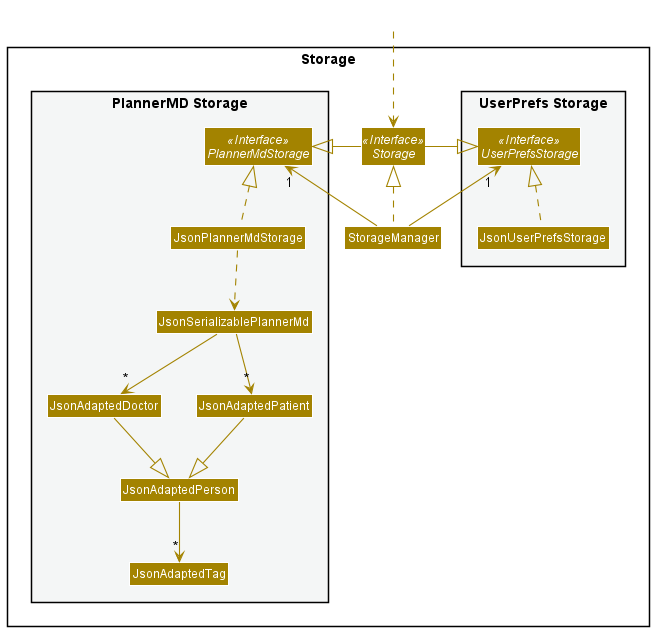
Above: docs/images/StorageClassDiagram.png in nus-cs2103-AY2122S1/tp (PlantUML), before the change. Its source is kept beside it as docs/diagrams/StorageClassDiagram.puml.
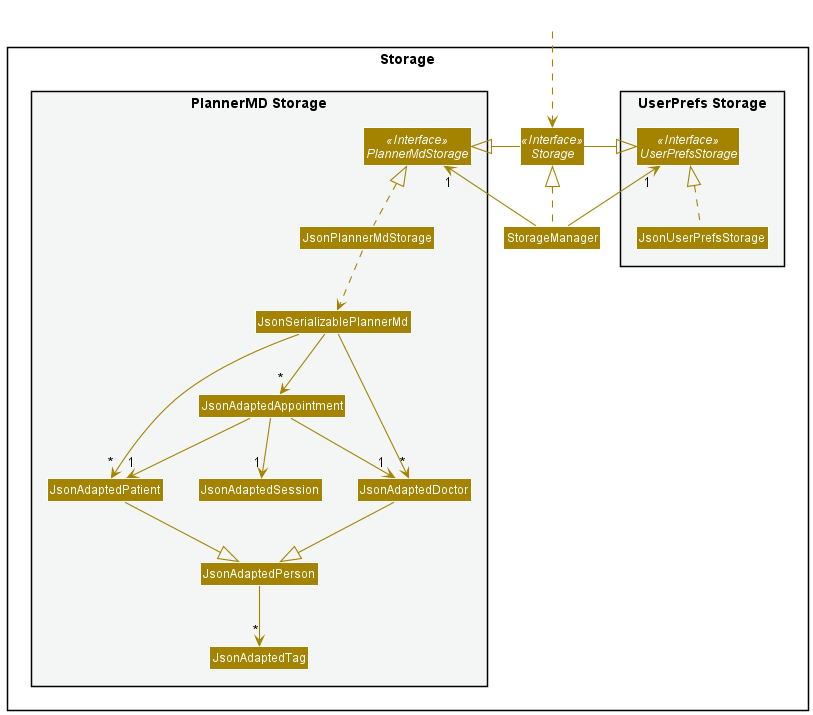
Later version of the same file.

Change to the diagram source:
```diff
@@ -22,6 +22,8 @@
 class JsonAdaptedPatient
 Class JsonAdaptedPerson
 Class JsonAdaptedTag
+class JsonAdaptedAppointment
+Class JsonAdaptedSession
 }
 
 }
@@ -41,6 +43,10 @@
 JsonPlannerMdStorage ..> JsonSerializablePlannerMd
 JsonSerializablePlannerMd --> "*" JsonAdaptedDoctor
 JsonSerializablePlannerMd --> "*" JsonAdaptedPatient
+JsonSerializablePlannerMd --> "*" JsonAdaptedAppointment
+JsonAdaptedAppointment --> "1" JsonAdaptedPatient
+JsonAdaptedAppointment --> "1" JsonAdaptedDoctor
+JsonAdaptedAppointment --> "1" JsonAdaptedSession
 JsonAdaptedDoctor --|> JsonAdaptedPerson
 JsonAdaptedPatient --|> JsonAdaptedPerson
 JsonAdaptedPerson --> "*" JsonAdaptedTag
```
